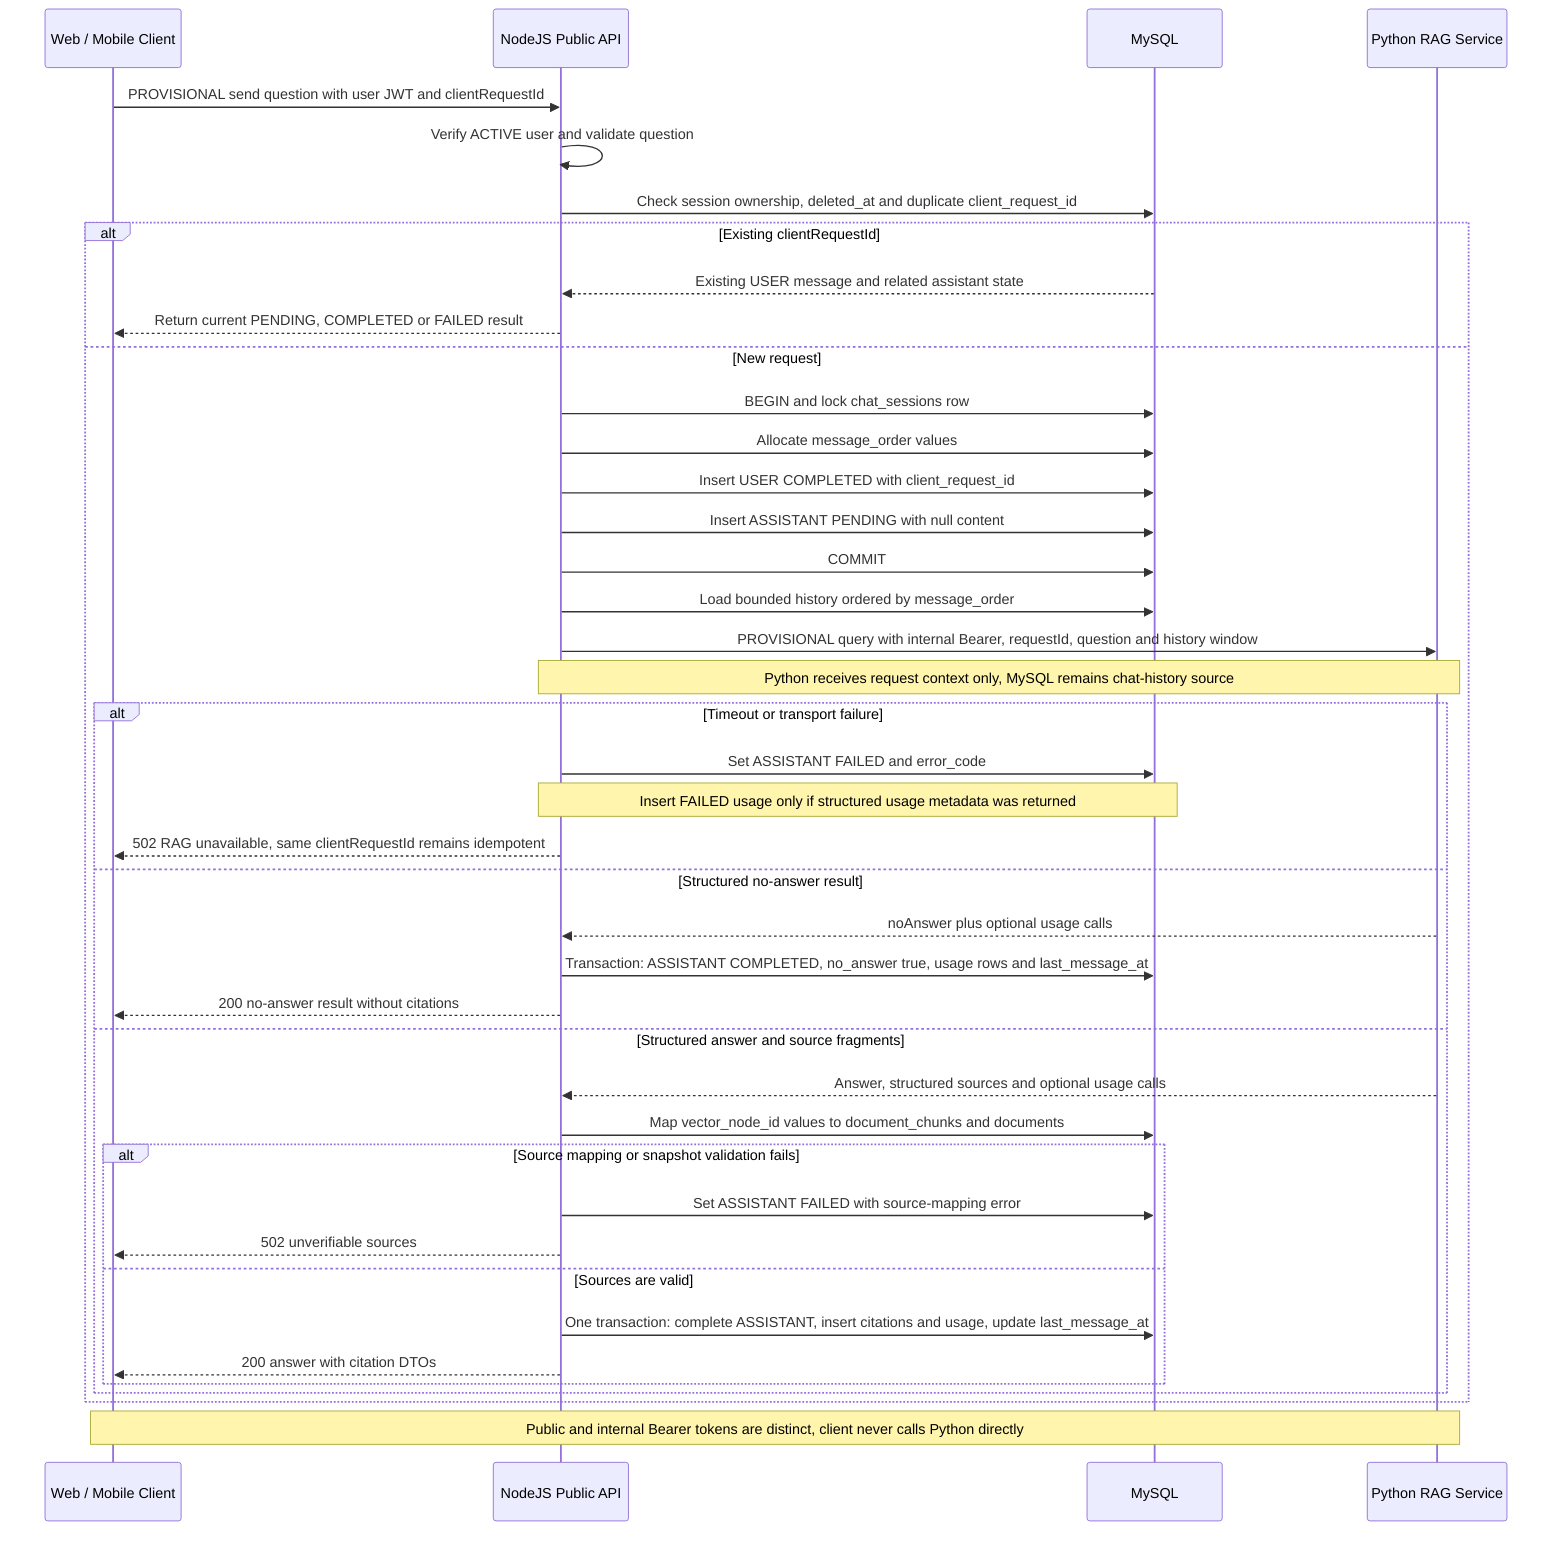
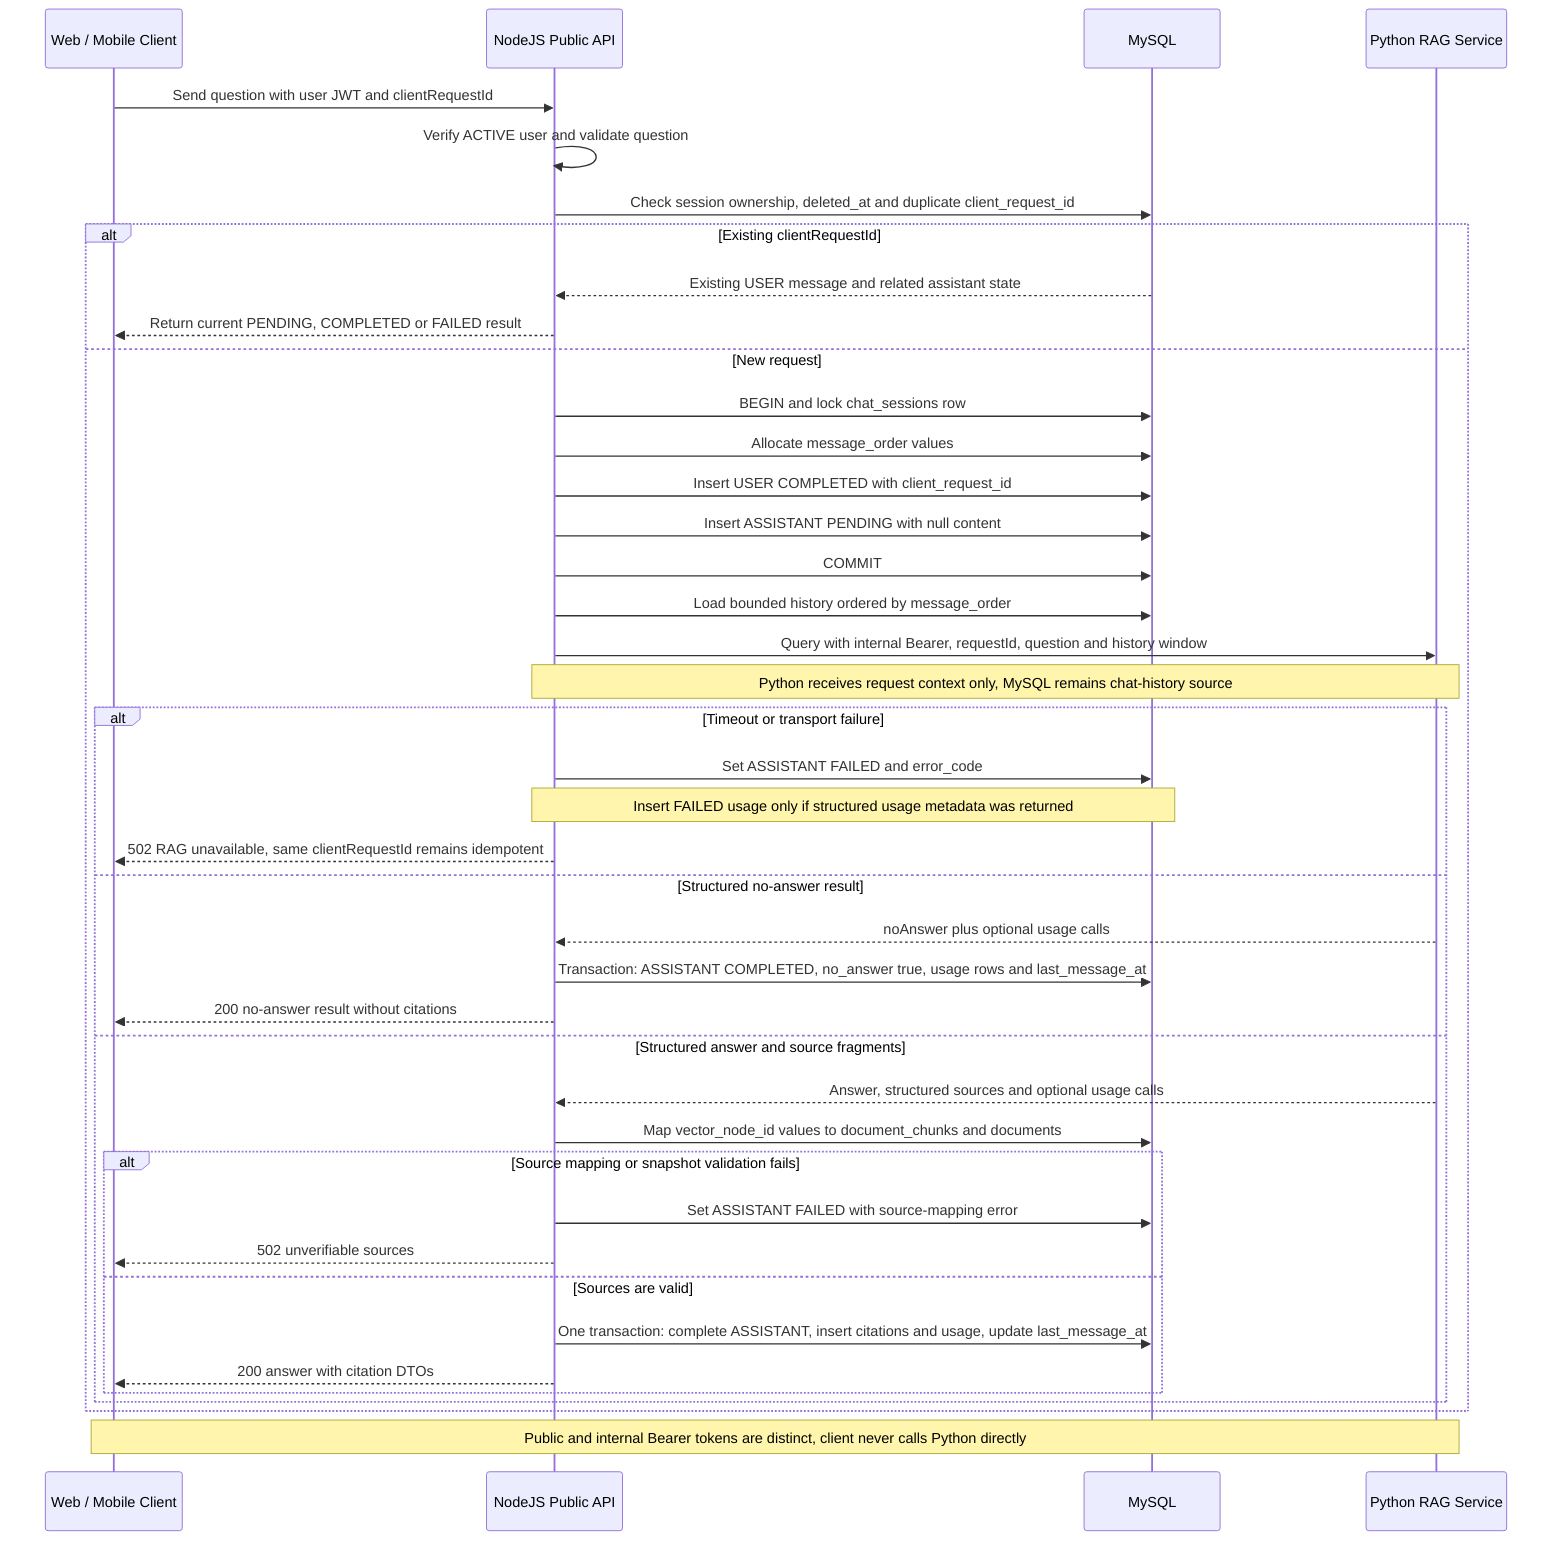
- %% 06 Chat RAG | Status: PROVISIONAL NodeJS-Python and public API contracts
+ %% 06 Chat RAG | Status: MVP IMPLEMENTED with mock/remote adapter
sequenceDiagram
  participant Client as Web / Mobile Client
  participant Node as NodeJS Public API
  participant DB as MySQL
  participant RAG as Python RAG Service

-   Client->>Node: PROVISIONAL send question with user JWT and clientRequestId
+   Client->>Node: Send question with user JWT and clientRequestId
  Node->>Node: Verify ACTIVE user and validate question
  Node->>DB: Check session ownership, deleted_at and duplicate client_request_id
  alt Existing clientRequestId
    DB-->>Node: Existing USER message and related assistant state
    Node-->>Client: Return current PENDING, COMPLETED or FAILED result
  else New request
    Node->>DB: BEGIN and lock chat_sessions row
    Node->>DB: Allocate message_order values
    Node->>DB: Insert USER COMPLETED with client_request_id
    Node->>DB: Insert ASSISTANT PENDING with null content
    Node->>DB: COMMIT
    Node->>DB: Load bounded history ordered by message_order
-     Node->>RAG: PROVISIONAL query with internal Bearer, requestId, question and history window
+     Node->>RAG: Query with internal Bearer, requestId, question and history window
    Note over Node,RAG: Python receives request context only, MySQL remains chat-history source
    alt Timeout or transport failure
      Node->>DB: Set ASSISTANT FAILED and error_code
      Note over Node,DB: Insert FAILED usage only if structured usage metadata was returned
      Node-->>Client: 502 RAG unavailable, same clientRequestId remains idempotent
    else Structured no-answer result
      RAG-->>Node: noAnswer plus optional usage calls
      Node->>DB: Transaction: ASSISTANT COMPLETED, no_answer true, usage rows and last_message_at
      Node-->>Client: 200 no-answer result without citations
    else Structured answer and source fragments
      RAG-->>Node: Answer, structured sources and optional usage calls
      Node->>DB: Map vector_node_id values to document_chunks and documents
      alt Source mapping or snapshot validation fails
        Node->>DB: Set ASSISTANT FAILED with source-mapping error
        Node-->>Client: 502 unverifiable sources
      else Sources are valid
        Node->>DB: One transaction: complete ASSISTANT, insert citations and usage, update last_message_at
        Node-->>Client: 200 answer with citation DTOs
      end
    end
  end

  Note over Client,RAG: Public and internal Bearer tokens are distinct, client never calls Python directly
